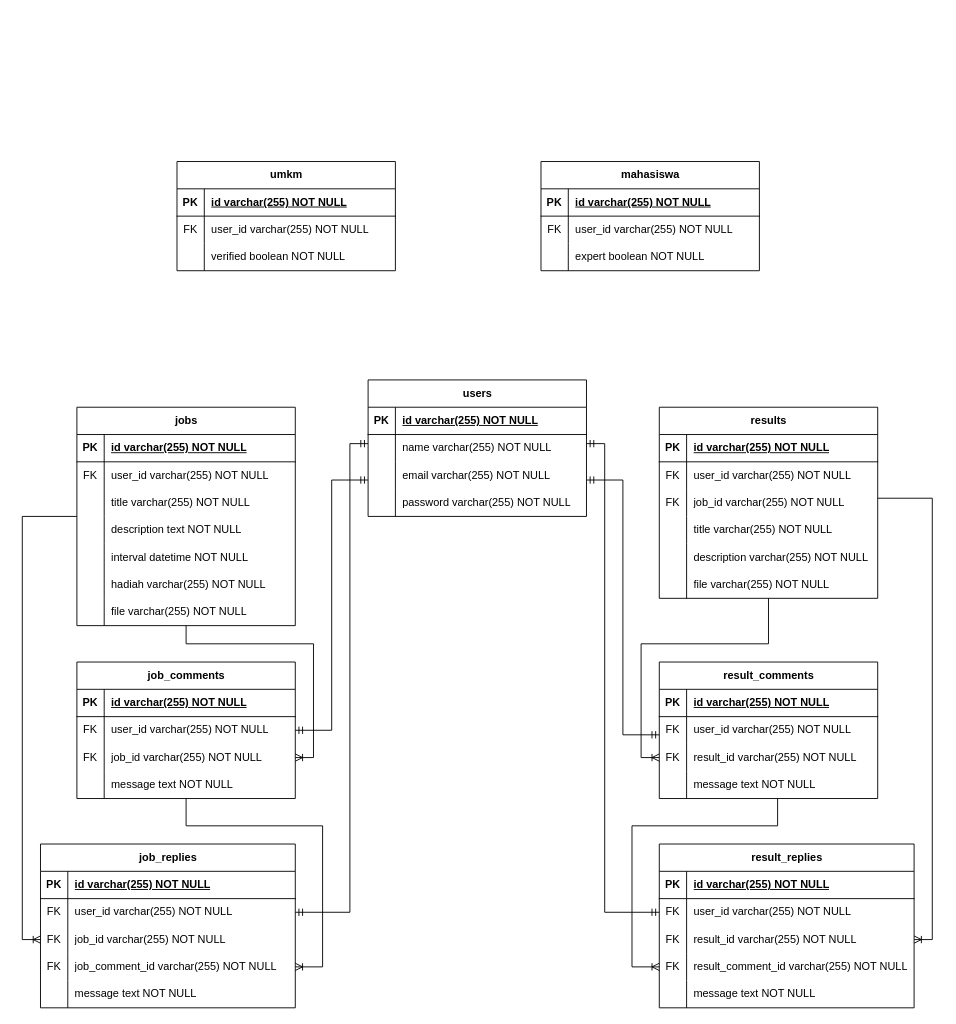
Earlier version of the draw.io diagram Untitled Diagram.drawio (isalzufari/sayembaara). Source tidied: cells renumbered, new cells numbered last; positions are measured from the earlier drawing's top-left corner, leaving out a move shared by most shapes. Both pictures are drawn from the tidied source at 91%, with x=0, y=0 at pixel (22, 161).
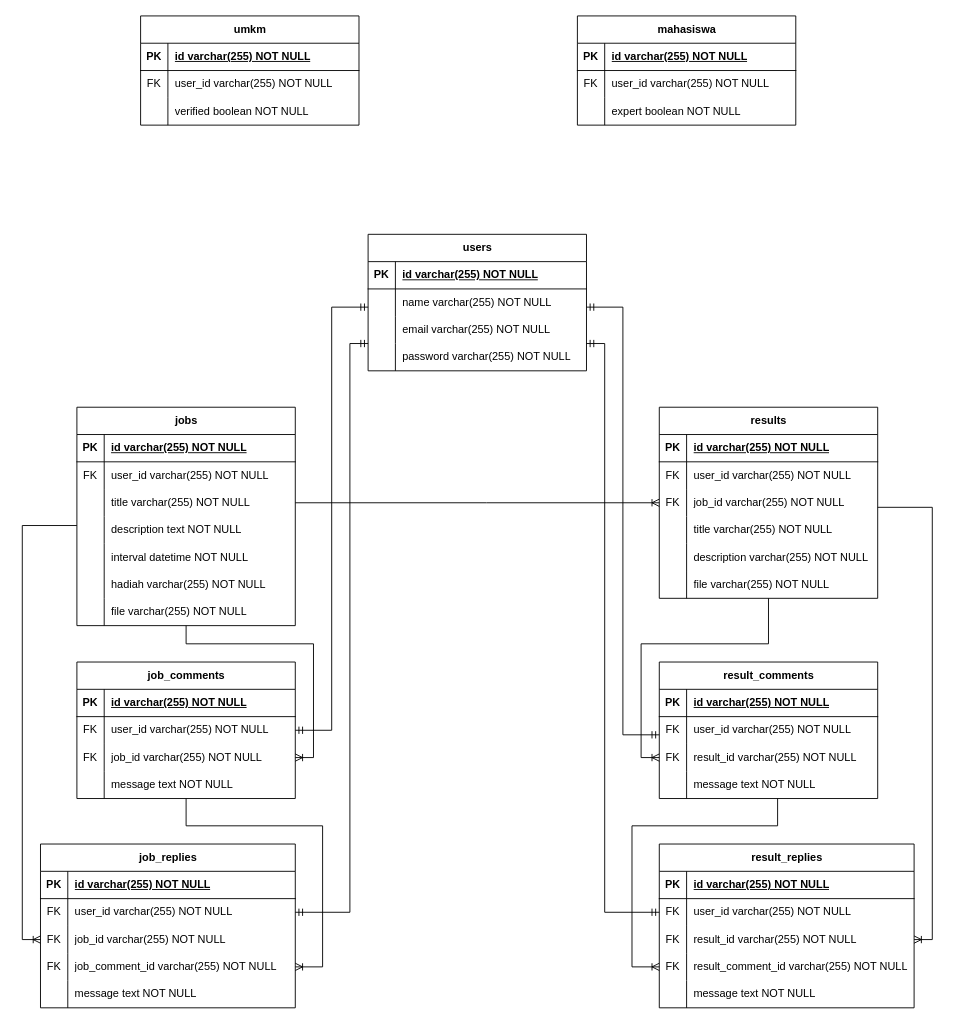
After the change.

The change refers to these unchanged cells:
```xml
<mxCell id="15" value="jobs" style="shape=table;startSize=30;childLayout=tableLayout;rowLines=0;fontStyle=1;align=center;html=1;" parent="1" vertex="1">
  <mxGeometry x="60" y="270" width="240" height="240" as="geometry" />
</mxCell>
<mxCell id="41" style="shape=tableRow;horizontal=0;startSize=0;swimlaneHead=0;swimlaneBody=0;fillColor=none;points=[[0,0.5],[1,0.5]];portConstraint=eastwest;top=0;left=0;right=0;bottom=0;" parent="37" vertex="1">
  <mxGeometry y="60" width="240" height="30" as="geometry" />
</mxCell>
<mxCell id="54" style="shape=tableRow;horizontal=0;startSize=0;swimlaneHead=0;swimlaneBody=0;fillColor=none;points=[[0,0.5],[1,0.5]];portConstraint=eastwest;top=0;left=0;right=0;bottom=0;" parent="50" vertex="1">
  <mxGeometry y="60" width="280" height="30" as="geometry" />
</mxCell>
<mxCell id="57" style="shape=tableRow;horizontal=0;startSize=0;swimlaneHead=0;swimlaneBody=0;fillColor=none;points=[[0,0.5],[1,0.5]];portConstraint=eastwest;top=0;left=0;right=0;bottom=0;" parent="50" vertex="1">
  <mxGeometry y="90" width="280" height="30" as="geometry" />
</mxCell>
<mxCell id="66" value="results" style="shape=table;startSize=30;childLayout=tableLayout;rowLines=0;fontStyle=1;align=center;html=1;" parent="1" vertex="1">
  <mxGeometry x="700" y="270" width="240" height="210" as="geometry" />
</mxCell>
<mxCell id="73" style="shape=tableRow;horizontal=0;startSize=0;swimlaneHead=0;swimlaneBody=0;fillColor=none;points=[[0,0.5],[1,0.5]];portConstraint=eastwest;top=0;left=0;right=0;bottom=0;" parent="66" vertex="1">
  <mxGeometry y="90" width="240" height="30" as="geometry" />
</mxCell>
<mxCell id="89" style="shape=tableRow;horizontal=0;startSize=0;swimlaneHead=0;swimlaneBody=0;fillColor=none;points=[[0,0.5],[1,0.5]];portConstraint=eastwest;top=0;left=0;right=0;bottom=0;" parent="85" vertex="1">
  <mxGeometry y="60" width="240" height="30" as="geometry" />
</mxCell>
<mxCell id="102" style="shape=tableRow;horizontal=0;startSize=0;swimlaneHead=0;swimlaneBody=0;fillColor=none;points=[[0,0.5],[1,0.5]];portConstraint=eastwest;top=0;left=0;right=0;bottom=0;" parent="98" vertex="1">
  <mxGeometry y="60" width="280" height="30" as="geometry" />
</mxCell>
<mxCell id="105" style="shape=tableRow;horizontal=0;startSize=0;swimlaneHead=0;swimlaneBody=0;fillColor=none;points=[[0,0.5],[1,0.5]];portConstraint=eastwest;top=0;left=0;right=0;bottom=0;" parent="98" vertex="1">
  <mxGeometry y="90" width="280" height="30" as="geometry" />
</mxCell>
```

Diff of the diagram source:
```diff
@@
     <mxCell id="2" value="users" style="shape=table;startSize=30;childLayout=tableLayout;rowLines=0;fontStyle=1;align=center;html=1;" parent="1" vertex="1">
-      <mxGeometry x="380" y="240" width="240" height="150" as="geometry" />
+      <mxGeometry x="380" y="80" width="240" height="150" as="geometry" />
     </mxCell>
@@
     <mxCell id="114" value="umkm" style="shape=table;startSize=30;childLayout=tableLayout;rowLines=0;fontStyle=1;align=center;html=1;" parent="1" vertex="1">
-      <mxGeometry x="170" width="240" height="120" as="geometry" />
+      <mxGeometry x="130" y="-160" width="240" height="120" as="geometry" />
     </mxCell>
@@
     <mxCell id="124" value="mahasiswa" style="shape=table;startSize=30;childLayout=tableLayout;rowLines=0;fontStyle=1;align=center;html=1;" parent="1" vertex="1">
-      <mxGeometry x="570" width="240" height="120" as="geometry" />
+      <mxGeometry x="610" y="-160" width="240" height="120" as="geometry" />
     </mxCell>
@@
     <mxCell id="135" style="edgeStyle=orthogonalEdgeStyle;fontSize=12;html=1;endArrow=ERoneToMany;rounded=0;" parent="1" edge="1" source="15" target="57">
       <mxGeometry relative="1" as="geometry">
         <Array as="points">
-          <mxPoint y="390" />
+          <mxPoint y="400" />
           <mxPoint y="855" />
         </Array>
       </mxGeometry>
     </mxCell>
@@
     <mxCell id="137" style="edgeStyle=orthogonalEdgeStyle;fontSize=12;html=1;endArrow=ERmandOne;startArrow=ERmandOne;rounded=0;" parent="1" edge="1" source="41" target="2">
       <mxGeometry relative="1" as="geometry">
         <Array as="points">
           <mxPoint x="340" y="625" />
-          <mxPoint x="340" y="350" />
+          <mxPoint x="340" y="160" />
         </Array>
       </mxGeometry>
     </mxCell>
     <mxCell id="138" style="edgeStyle=orthogonalEdgeStyle;fontSize=12;html=1;endArrow=ERmandOne;startArrow=ERmandOne;rounded=0;" parent="1" edge="1" source="54" target="2">
       <mxGeometry relative="1" as="geometry">
         <Array as="points">
           <mxPoint x="360" y="825" />
-          <mxPoint x="360" y="310" />
+          <mxPoint x="360" y="200" />
         </Array>
       </mxGeometry>
     </mxCell>
     <mxCell id="139" style="edgeStyle=orthogonalEdgeStyle;fontSize=12;html=1;endArrow=ERoneToMany;rounded=0;" parent="1" edge="1" source="66" target="105">
       <mxGeometry relative="1" as="geometry">
         <Array as="points">
-          <mxPoint x="1000" y="370" />
+          <mxPoint x="1000" y="380" />
           <mxPoint x="1000" y="855" />
         </Array>
       </mxGeometry>
     </mxCell>
@@
     <mxCell id="141" style="edgeStyle=orthogonalEdgeStyle;fontSize=12;html=1;endArrow=ERmandOne;startArrow=ERmandOne;rounded=0;" parent="1" edge="1" source="89" target="2">
       <mxGeometry relative="1" as="geometry">
         <Array as="points">
           <mxPoint x="660" y="630" />
-          <mxPoint x="660" y="350" />
+          <mxPoint x="660" y="160" />
         </Array>
       </mxGeometry>
     </mxCell>
     <mxCell id="142" style="edgeStyle=orthogonalEdgeStyle;fontSize=12;html=1;endArrow=ERmandOne;startArrow=ERmandOne;rounded=0;" parent="1" edge="1" source="102" target="2">
       <mxGeometry relative="1" as="geometry">
         <Array as="points">
           <mxPoint x="640" y="825" />
-          <mxPoint x="640" y="310" />
+          <mxPoint x="640" y="200" />
         </Array>
       </mxGeometry>
     </mxCell>
@@
+    <mxCell id="144" style="edgeStyle=orthogonalEdgeStyle;fontSize=12;html=1;endArrow=ERoneToMany;rounded=0;" parent="1" edge="1" source="15" target="73">
+      <mxGeometry relative="1" as="geometry">
+        <Array as="points">
+          <mxPoint x="510" y="375" />
+          <mxPoint x="510" y="375" />
+        </Array>
+      </mxGeometry>
+    </mxCell>
```
